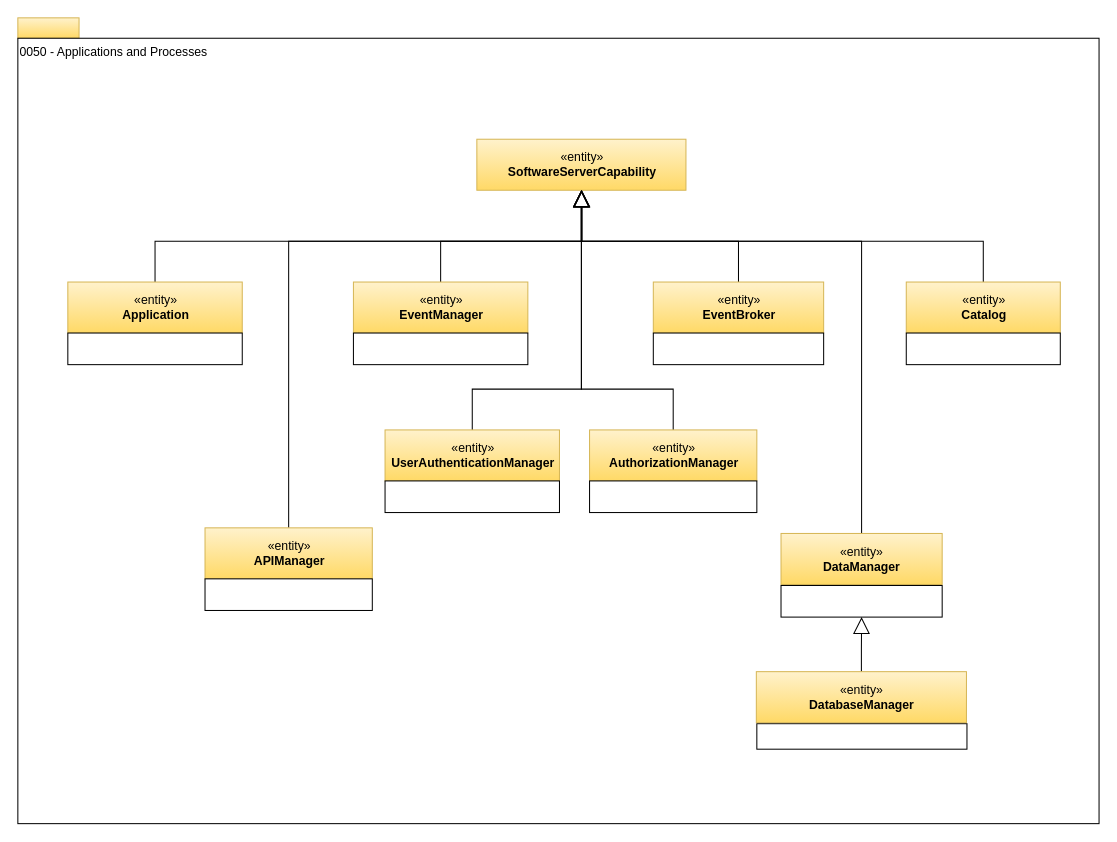
Before: page "0050-Applications-and-Processes" (24 of 29) of site/docs/types/0/area-0-basic-types-and-infrastructure.drawio in odpi/egeria-docs, a draw.io diagram. Source tidied: cells renumbered, new cells numbered last; positions are measured from the earlier drawing's top-left corner, leaving out a move shared by most shapes. Both pictures are drawn from the tidied source at 102%, with x=0, y=0 at pixel (17, 17).
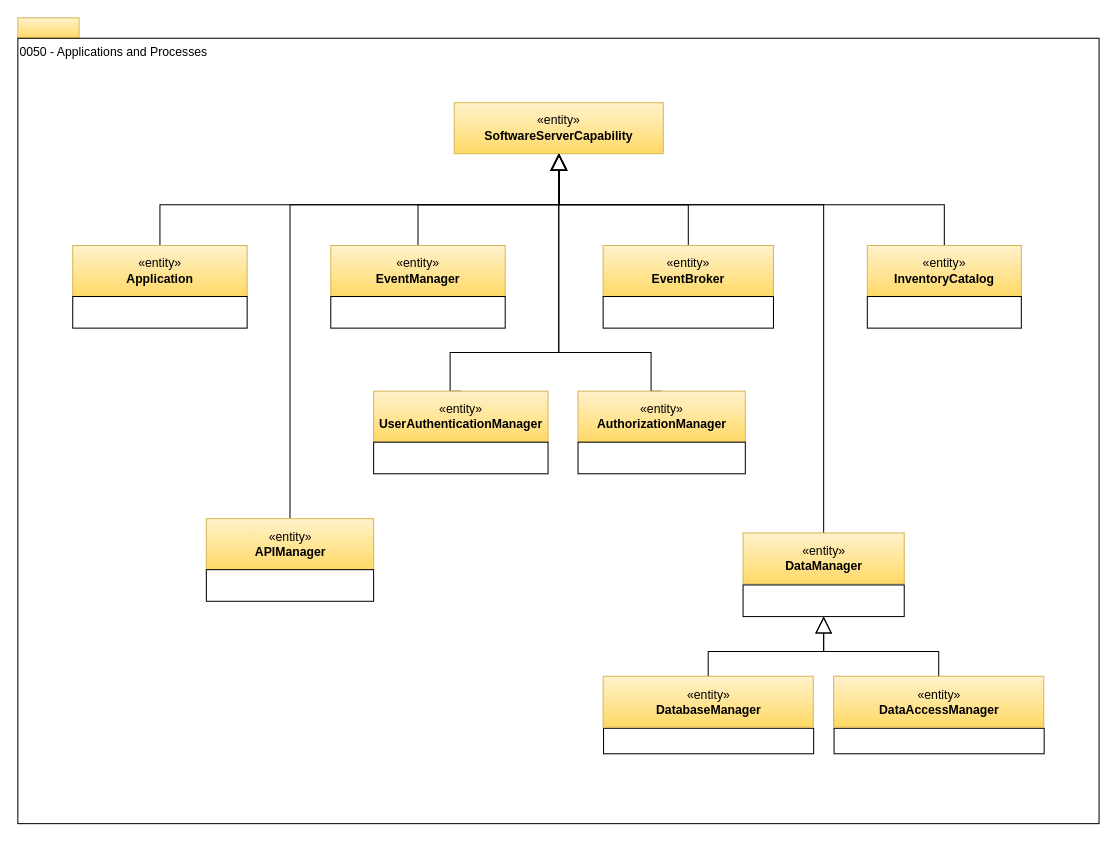
The same diagram, later.

What changed in the source:
```diff
@@
     <mxCell id="5" value="«entity»&lt;br&gt;&lt;b&gt;Application&lt;/b&gt;" style="html=1;strokeColor=#d6b656;align=center;fillColor=#fff2cc;gradientColor=#ffd966;" parent="1" vertex="1">
-      <mxGeometry x="49" y="259" width="171" height="50" as="geometry" />
+      <mxGeometry x="53.8" y="223.2" width="171" height="50" as="geometry" />
     </mxCell>
     <mxCell id="6" value="«entity»&lt;br&gt;&lt;b&gt;SoftwareServerCapability&lt;/b&gt;" style="html=1;strokeColor=#d6b656;align=center;fillColor=#fff2cc;gradientColor=#ffd966;" parent="1" vertex="1">
-      <mxGeometry x="450" y="119" width="205" height="50" as="geometry" />
+      <mxGeometry x="427.8" y="83.2" width="205" height="50" as="geometry" />
     </mxCell>
     <mxCell id="7" style="edgeStyle=orthogonalEdgeStyle;rounded=0;jettySize=auto;html=1;exitX=0.5;exitY=0;exitDx=0;exitDy=0;entryX=0.5;entryY=1;entryDx=0;entryDy=0;endArrow=block;endFill=0;endSize=14;" parent="1" edge="1" source="8" target="6">
       <mxGeometry relative="1" as="geometry">
         <Array as="points">
-          <mxPoint x="643" y="364" />
-          <mxPoint x="553" y="364" />
+          <mxPoint x="620.8" y="328.2" />
+          <mxPoint x="530.8" y="328.2" />
         </Array>
       </mxGeometry>
     </mxCell>
     <mxCell id="8" value="«entity»&lt;br&gt;&lt;b&gt;AuthorizationManager&lt;/b&gt;" style="html=1;strokeColor=#d6b656;align=center;fillColor=#fff2cc;gradientColor=#ffd966;" parent="1" vertex="1">
-      <mxGeometry x="560.5" y="404" width="164" height="50" as="geometry" />
+      <mxGeometry x="549.2" y="366" width="164" height="50" as="geometry" />
     </mxCell>
     <mxCell id="9" style="rounded=0;whiteSpace=wrap;html=1;strokeColor=#000000;gradientColor=#ffffff;align=center;" parent="1" vertex="1">
-      <mxGeometry x="560.5" y="454" width="164" height="31" as="geometry" />
+      <mxGeometry x="549.2" y="416" width="164" height="31" as="geometry" />
     </mxCell>
@@
     <mxCell id="11" value="«entity»&lt;br&gt;&lt;b&gt;EventBroker&lt;/b&gt;" style="html=1;strokeColor=#d6b656;align=center;fillColor=#fff2cc;gradientColor=#ffd966;" parent="1" vertex="1">
-      <mxGeometry x="623" y="259" width="167" height="50" as="geometry" />
+      <mxGeometry x="573.8" y="223.2" width="167" height="50" as="geometry" />
     </mxCell>
     <mxCell id="12" style="rounded=0;whiteSpace=wrap;html=1;strokeColor=#000000;gradientColor=#ffffff;align=center;" parent="1" vertex="1">
-      <mxGeometry x="623" y="309" width="167" height="31" as="geometry" />
+      <mxGeometry x="573.8" y="273.2" width="167" height="31" as="geometry" />
     </mxCell>
     <mxCell id="13" style="edgeStyle=orthogonalEdgeStyle;rounded=0;jettySize=auto;html=1;exitX=0.5;exitY=0;exitDx=0;exitDy=0;endArrow=block;endFill=0;endSize=14;" parent="1" edge="1" source="14" target="6">
       <mxGeometry relative="1" as="geometry">
         <Array as="points">
-          <mxPoint x="827" y="219" />
-          <mxPoint x="553" y="219" />
+          <mxPoint x="789.8" y="183.2" />
+          <mxPoint x="530.8" y="183.2" />
         </Array>
       </mxGeometry>
     </mxCell>
     <mxCell id="14" value="«entity»&lt;br&gt;&lt;b&gt;DataManager&lt;/b&gt;" style="html=1;strokeColor=#d6b656;align=center;fillColor=#fff2cc;gradientColor=#ffd966;" parent="1" vertex="1">
-      <mxGeometry x="748.2" y="505.5" width="158" height="50" as="geometry" />
+      <mxGeometry x="711" y="505" width="158" height="50" as="geometry" />
     </mxCell>
     <mxCell id="15" style="rounded=0;whiteSpace=wrap;html=1;strokeColor=#000000;gradientColor=#ffffff;align=center;" parent="1" vertex="1">
-      <mxGeometry x="748.2" y="556.5" width="158" height="31" as="geometry" />
+      <mxGeometry x="711" y="556" width="158" height="31" as="geometry" />
     </mxCell>
@@
-    <mxCell id="17" value="«entity»&lt;br&gt;&lt;b&gt;Catalog&lt;/b&gt;" style="html=1;strokeColor=#d6b656;align=center;fillColor=#fff2cc;gradientColor=#ffd966;" parent="1" vertex="1">
-      <mxGeometry x="871" y="259" width="151" height="50" as="geometry" />
+    <mxCell id="17" value="«entity»&lt;br&gt;&lt;b&gt;InventoryCatalog&lt;/b&gt;" style="html=1;strokeColor=#d6b656;align=center;fillColor=#fff2cc;gradientColor=#ffd966;" parent="1" vertex="1">
+      <mxGeometry x="832.8" y="223.2" width="151" height="50" as="geometry" />
     </mxCell>
     <mxCell id="18" style="rounded=0;whiteSpace=wrap;html=1;strokeColor=#000000;gradientColor=#ffffff;align=center;" parent="1" vertex="1">
-      <mxGeometry x="871" y="309" width="151" height="31" as="geometry" />
+      <mxGeometry x="832.8" y="273.2" width="151" height="31" as="geometry" />
     </mxCell>
     <mxCell id="19" style="edgeStyle=orthogonalEdgeStyle;rounded=0;jettySize=auto;html=1;exitX=0.5;exitY=0;exitDx=0;exitDy=0;endArrow=block;endFill=0;endSize=14;" parent="1" edge="1" source="20" target="6">
       <mxGeometry relative="1" as="geometry">
         <Array as="points">
-          <mxPoint x="415" y="219" />
-          <mxPoint x="553" y="219" />
+          <mxPoint x="392.8" y="183.2" />
+          <mxPoint x="530.8" y="183.2" />
         </Array>
       </mxGeometry>
     </mxCell>
     <mxCell id="20" value="«entity»&lt;br&gt;&lt;b&gt;EventManager&lt;/b&gt;" style="html=1;strokeColor=#d6b656;align=center;fillColor=#fff2cc;gradientColor=#ffd966;" parent="1" vertex="1">
-      <mxGeometry x="329" y="259" width="171" height="50" as="geometry" />
+      <mxGeometry x="306.8" y="223.2" width="171" height="50" as="geometry" />
     </mxCell>
     <mxCell id="21" style="rounded=0;whiteSpace=wrap;html=1;strokeColor=#000000;gradientColor=#ffffff;align=left;" parent="1" vertex="1">
-      <mxGeometry x="724.5" y="692" width="206" height="25" as="geometry" />
+      <mxGeometry x="574.2" y="696.5" width="206" height="25" as="geometry" />
     </mxCell>
@@
     <mxCell id="23" value="«entity»&lt;br&gt;&lt;b&gt;DatabaseManager&lt;/b&gt;" style="html=1;strokeColor=#d6b656;align=center;fillColor=#fff2cc;gradientColor=#ffd966;" parent="1" vertex="1">
-      <mxGeometry x="724" y="641" width="206" height="50" as="geometry" />
+      <mxGeometry x="573.8" y="645.5" width="206" height="50" as="geometry" />
     </mxCell>
     <mxCell id="24" style="rounded=0;whiteSpace=wrap;html=1;strokeColor=#000000;gradientColor=#ffffff;align=center;" parent="1" vertex="1">
-      <mxGeometry x="49" y="309" width="171" height="31" as="geometry" />
+      <mxGeometry x="53.8" y="273.2" width="171" height="31" as="geometry" />
     </mxCell>
     <mxCell id="25" style="rounded=0;whiteSpace=wrap;html=1;strokeColor=#000000;gradientColor=#ffffff;align=center;" parent="1" vertex="1">
-      <mxGeometry x="329" y="309" width="171" height="31" as="geometry" />
+      <mxGeometry x="306.8" y="273.2" width="171" height="31" as="geometry" />
     </mxCell>
     <mxCell id="26" style="edgeStyle=orthogonalEdgeStyle;rounded=0;jettySize=auto;html=1;exitX=0.5;exitY=0;exitDx=0;exitDy=0;entryX=0.5;entryY=1;entryDx=0;entryDy=0;endArrow=block;endFill=0;endSize=14;" parent="1" edge="1" source="27" target="6">
       <mxGeometry relative="1" as="geometry">
         <Array as="points">
-          <mxPoint x="266" y="219" />
-          <mxPoint x="553" y="219" />
+          <mxPoint x="266.8" y="183.2" />
+          <mxPoint x="530.8" y="183.2" />
         </Array>
       </mxGeometry>
     </mxCell>
     <mxCell id="27" value="«entity»&lt;br&gt;&lt;b&gt;APIManager&lt;/b&gt;" style="html=1;strokeColor=#d6b656;align=center;fillColor=#fff2cc;gradientColor=#ffd966;" parent="1" vertex="1">
-      <mxGeometry x="183.5" y="500" width="164" height="50" as="geometry" />
+      <mxGeometry x="184.8" y="491" width="164" height="50" as="geometry" />
     </mxCell>
     <mxCell id="28" style="rounded=0;whiteSpace=wrap;html=1;strokeColor=#000000;gradientColor=#ffffff;align=center;" parent="1" vertex="1">
-      <mxGeometry x="183.5" y="550" width="164" height="31" as="geometry" />
+      <mxGeometry x="184.8" y="541" width="164" height="31" as="geometry" />
     </mxCell>
     <mxCell id="29" style="edgeStyle=orthogonalEdgeStyle;rounded=0;jettySize=auto;html=1;exitX=0.5;exitY=0;exitDx=0;exitDy=0;endArrow=block;endFill=0;endSize=14;entryX=0.5;entryY=1;entryDx=0;entryDy=0;" parent="1" edge="1" source="30" target="6">
       <mxGeometry relative="1" as="geometry">
         <Array as="points">
-          <mxPoint x="446" y="364" />
-          <mxPoint x="553" y="364" />
+          <mxPoint x="423.8" y="328.2" />
+          <mxPoint x="530.8" y="328.2" />
         </Array>
       </mxGeometry>
     </mxCell>
     <mxCell id="30" value="«entity»&lt;br&gt;&lt;b&gt;UserAuthenticationManager&lt;/b&gt;" style="html=1;strokeColor=#d6b656;align=center;fillColor=#fff2cc;gradientColor=#ffd966;" parent="1" vertex="1">
-      <mxGeometry x="360" y="404" width="171" height="50" as="geometry" />
+      <mxGeometry x="348.8" y="366" width="171" height="50" as="geometry" />
     </mxCell>
     <mxCell id="31" style="rounded=0;whiteSpace=wrap;html=1;strokeColor=#000000;gradientColor=#ffffff;align=center;" parent="1" vertex="1">
-      <mxGeometry x="360" y="454" width="171" height="31" as="geometry" />
+      <mxGeometry x="348.8" y="416" width="171" height="31" as="geometry" />
     </mxCell>
+    <mxCell id="32" style="rounded=0;whiteSpace=wrap;html=1;strokeColor=#000000;gradientColor=#ffffff;align=left;" parent="1" vertex="1">
+      <mxGeometry x="800.2" y="696.5" width="206" height="25" as="geometry" />
+    </mxCell>
+    <mxCell id="33" style="edgeStyle=orthogonalEdgeStyle;rounded=0;jettySize=auto;html=1;entryX=0.5;entryY=1;entryDx=0;entryDy=0;endArrow=block;endFill=0;endSize=14;exitX=0.5;exitY=0;exitDx=0;exitDy=0;" parent="1" edge="1" source="34" target="15">
+      <mxGeometry relative="1" as="geometry" />
+    </mxCell>
+    <mxCell id="34" value="«entity»&lt;br&gt;&lt;b&gt;DataAccessManager&lt;/b&gt;" style="html=1;strokeColor=#d6b656;align=center;fillColor=#fff2cc;gradientColor=#ffd966;" parent="1" vertex="1">
+      <mxGeometry x="799.8" y="645.5" width="206" height="50" as="geometry" />
+    </mxCell>
```
